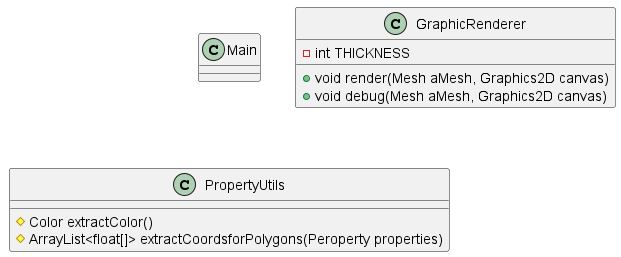
This is class_diagrams/visualizer.png from BaoGeist/Island-Mesh-Generation, a PlantUML export, as it was before one commit. Its diagram source:
```plantuml
@startuml

class Main

class GraphicRenderer {
    -int THICKNESS
    +void render(Mesh aMesh, Graphics2D canvas)
    +void debug(Mesh aMesh, Graphics2D canvas)
}

class PropertyUtils {
    #Color extractColor()
    #ArrayList<float[]> extractCoordsforPolygons(Peroperty properties)
}

@enduml
```
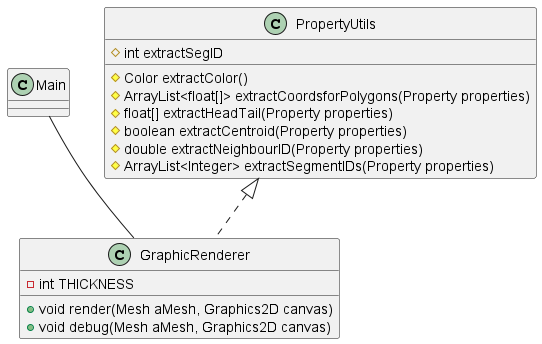
Above is the later version.

Change to the diagram source:
```diff
@@ -7,10 +7,17 @@
     +void render(Mesh aMesh, Graphics2D canvas)
     +void debug(Mesh aMesh, Graphics2D canvas)
 }
+Main -- GraphicRenderer
 
 class PropertyUtils {
     #Color extractColor()
-    #ArrayList<float[]> extractCoordsforPolygons(Peroperty properties)
+    #ArrayList<float[]> extractCoordsforPolygons(Property properties)
+    #float[] extractHeadTail(Property properties)
+    #boolean extractCentroid(Property properties)
+    #double extractNeighbourID(Property properties)
+    #ArrayList<Integer> extractSegmentIDs(Property properties)
+    #int extractSegID
 }
+PropertyUtils <|.. GraphicRenderer
 
 @enduml
```
